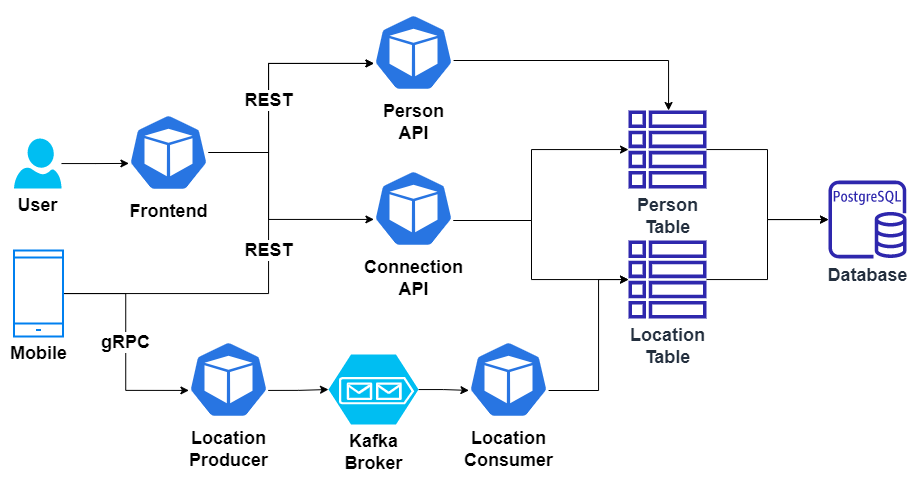
maxritter/udaconnect keeps this draw.io diagram as docs/architecture_design.png. Above is the earlier version. Source tidied: cells renumbered, new cells last; positions are measured from the earlier drawing's top-left corner, leaving out a move shared by most shapes.
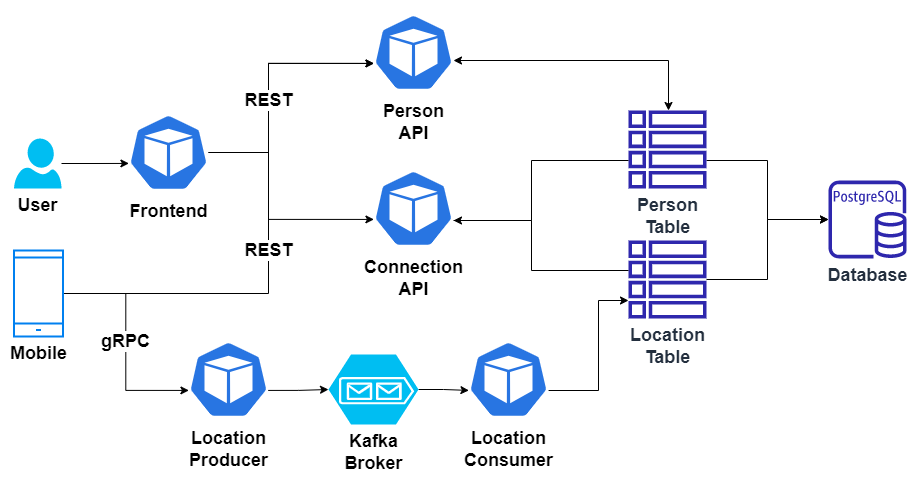
The same diagram one commit later.

Commit message:
Review change for Architecture diagram

Change to the diagram source:
```diff
@@ -12,7 +12,12 @@
       <mxGeometry x="614" y="230" width="78" height="78" as="geometry" />
     </mxCell>
     <mxCell id="5" style="edgeStyle=orthogonalEdgeStyle;rounded=0;jettySize=auto;html=1;" parent="1" edge="1" source="6" target="2">
-      <mxGeometry relative="1" as="geometry" />
+      <mxGeometry relative="1" as="geometry">
+        <Array as="points">
+          <mxPoint x="753" y="150" />
+          <mxPoint x="753" y="209" />
+        </Array>
+      </mxGeometry>
     </mxCell>
     <mxCell id="6" value="Person&lt;br&gt;Table" style="sketch=0;outlineConnect=0;fontColor=#232F3E;gradientColor=none;fillColor=#2E27AD;strokeColor=none;dashed=0;verticalLabelPosition=bottom;verticalAlign=top;align=center;html=1;fontSize=18;fontStyle=1;shape=mxgraph.aws4.table;" parent="1" vertex="1">
       <mxGeometry x="614" y="100" width="78" height="78" as="geometry" />
@@ -47,7 +52,7 @@
       <mxGeometry relative="1" as="geometry">
         <Array as="points">
           <mxPoint x="584" y="380" />
-          <mxPoint x="584" y="269" />
+          <mxPoint x="584" y="290" />
         </Array>
       </mxGeometry>
     </mxCell>
@@ -60,7 +65,7 @@
     <mxCell id="17" value="Location&lt;br&gt;Producer" style="sketch=0;html=1;dashed=0;whitespace=wrap;fillColor=#2875E2;strokeColor=#ffffff;points=[[0.005,0.63,0],[0.1,0.2,0],[0.9,0.2,0],[0.5,0,0],[0.995,0.63,0],[0.72,0.99,0],[0.5,1,0],[0.28,0.99,0]];shape=mxgraph.kubernetes.icon;prIcon=pod;fontSize=18;labelPosition=center;verticalLabelPosition=bottom;align=center;verticalAlign=top;fontStyle=1;" parent="1" vertex="1">
       <mxGeometry x="174" y="327" width="80" height="84" as="geometry" />
     </mxCell>
-    <mxCell id="18" style="edgeStyle=orthogonalEdgeStyle;rounded=0;jettySize=auto;html=1;fontSize=18;" parent="1" edge="1" source="19" target="6">
+    <mxCell id="18" style="edgeStyle=orthogonalEdgeStyle;rounded=0;jettySize=auto;html=1;fontSize=18;startArrow=classic;startFill=1;" parent="1" edge="1" source="19" target="6">
       <mxGeometry relative="1" as="geometry">
         <Array as="points">
           <mxPoint x="654" y="50" />
@@ -70,19 +75,19 @@
     <mxCell id="19" value="Person&lt;br&gt;API" style="sketch=0;html=1;dashed=0;whitespace=wrap;fillColor=#2875E2;strokeColor=#ffffff;points=[[0.005,0.63,0],[0.1,0.2,0],[0.9,0.2,0],[0.5,0,0],[0.995,0.63,0],[0.72,0.99,0],[0.5,1,0],[0.28,0.99,0]];shape=mxgraph.kubernetes.icon;prIcon=pod;fontSize=18;labelPosition=center;verticalLabelPosition=bottom;align=center;verticalAlign=top;fontStyle=1;" parent="1" vertex="1">
       <mxGeometry x="359" width="80" height="84" as="geometry" />
     </mxCell>
-    <mxCell id="20" style="edgeStyle=orthogonalEdgeStyle;rounded=0;jettySize=auto;html=1;fontSize=18;" parent="1" edge="1" source="22" target="6">
+    <mxCell id="20" style="edgeStyle=orthogonalEdgeStyle;rounded=0;jettySize=auto;html=1;fontSize=18;endArrow=none;endFill=0;" parent="1" edge="1" source="22" target="6">
       <mxGeometry relative="1" as="geometry">
         <Array as="points">
           <mxPoint x="517" y="210" />
-          <mxPoint x="517" y="139" />
+          <mxPoint x="517" y="150" />
         </Array>
       </mxGeometry>
     </mxCell>
-    <mxCell id="21" style="edgeStyle=orthogonalEdgeStyle;rounded=0;jettySize=auto;html=1;fontSize=18;" parent="1" edge="1" source="22" target="4">
+    <mxCell id="21" style="edgeStyle=orthogonalEdgeStyle;rounded=0;jettySize=auto;html=1;fontSize=18;startArrow=classic;startFill=1;endArrow=none;endFill=0;" parent="1" edge="1" source="22" target="4">
       <mxGeometry relative="1" as="geometry">
         <Array as="points">
           <mxPoint x="517" y="210" />
-          <mxPoint x="517" y="269" />
+          <mxPoint x="517" y="260" />
         </Array>
       </mxGeometry>
     </mxCell>
```
